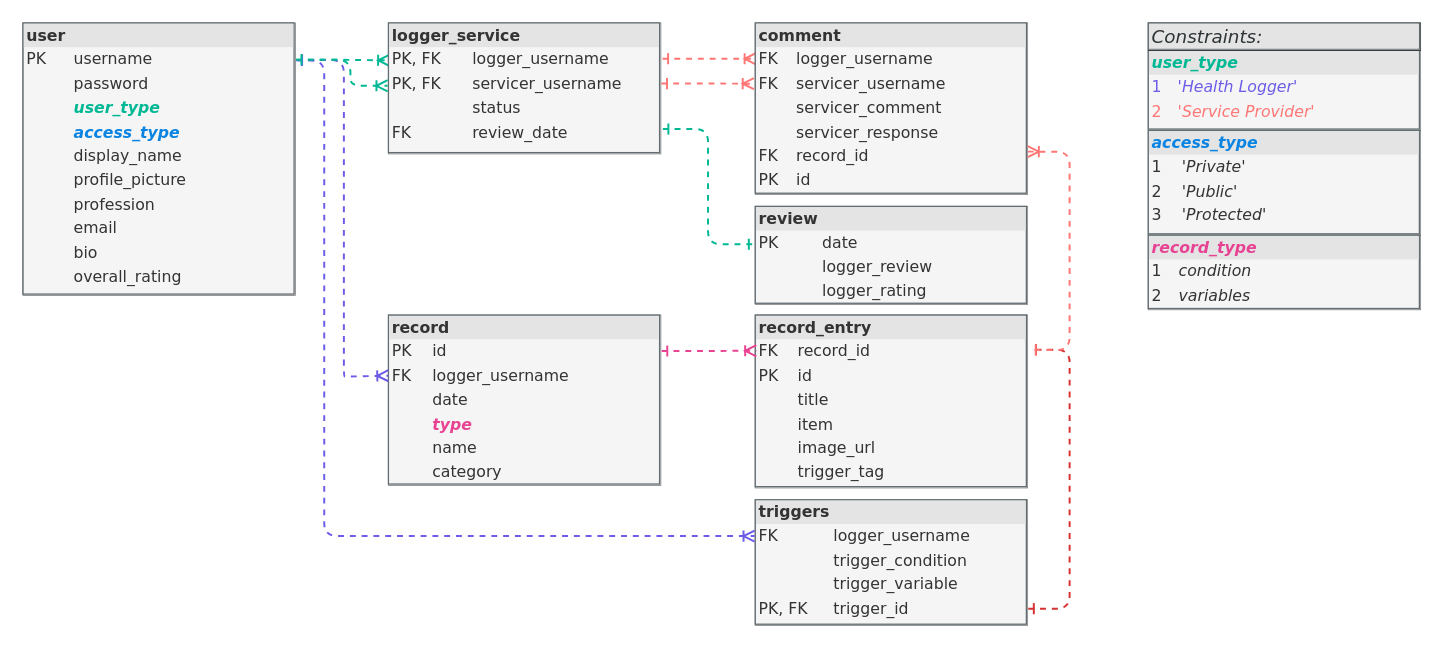
Above: diagrams/database/database_tables_relationships - recordpk.drawio in mervin-njy/trigg-track-v2 (draw.io), before the change. Source tidied: cells renumbered, new cells numbered last; positions are measured from the earlier drawing's top-left corner, leaving out a move shared by most shapes. Both pictures are drawn from the tidied source at 131%, with x=0, y=0 at pixel (22, 22).
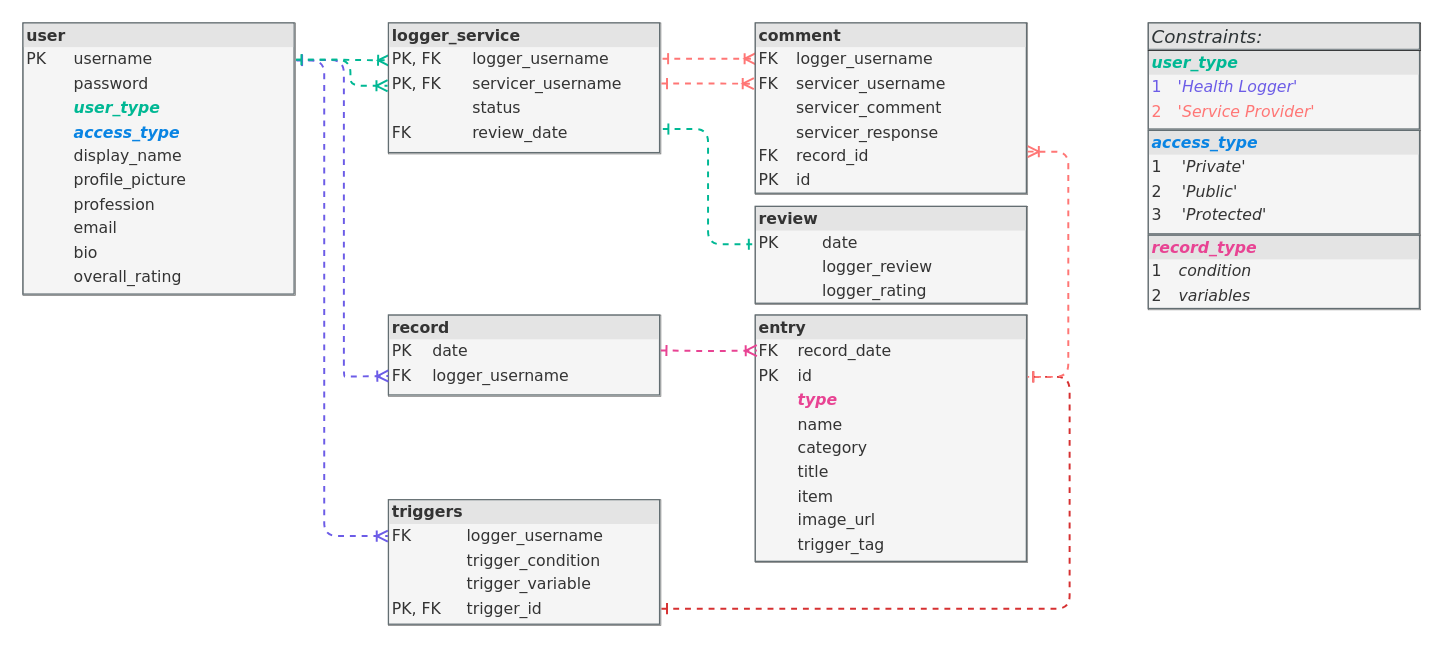
Above is the later version.

Commit message (it also covers changes not shown here):
update rs table to have only date for record

Unchanged cells that the change refers to:
```xml
<mxCell id="2" value="&lt;div style=&quot;box-sizing: border-box ; width: 100% ; background: #e4e4e4 ; padding: 2px&quot;&gt;&lt;b&gt;user&lt;/b&gt;&lt;/div&gt;&lt;table style=&quot;width: 100% ; font-size: 1em&quot; cellpadding=&quot;2&quot; cellspacing=&quot;0&quot;&gt;&lt;tbody&gt;&lt;tr&gt;&lt;td&gt;PK&lt;/td&gt;&lt;td&gt;username&lt;/td&gt;&lt;/tr&gt;&lt;tr&gt;&lt;td&gt;&lt;br&gt;&lt;/td&gt;&lt;td&gt;password&lt;/td&gt;&lt;/tr&gt;&lt;tr&gt;&lt;td&gt;&lt;/td&gt;&lt;td&gt;&lt;font color=&quot;#00b894&quot;&gt;&lt;b&gt;&lt;i&gt;user_type&lt;/i&gt;&lt;/b&gt;&lt;/font&gt;&lt;/td&gt;&lt;/tr&gt;&lt;tr&gt;&lt;td&gt;&lt;i&gt;&lt;br&gt;&lt;/i&gt;&lt;/td&gt;&lt;td&gt;&lt;font color=&quot;#0984e3&quot;&gt;&lt;b&gt;&lt;i&gt;access_type&lt;/i&gt;&lt;/b&gt;&lt;/font&gt;&lt;br&gt;&lt;/td&gt;&lt;/tr&gt;&lt;tr&gt;&lt;td&gt;&lt;br&gt;&lt;/td&gt;&lt;td&gt;display_name&lt;br&gt;&lt;/td&gt;&lt;/tr&gt;&lt;tr&gt;&lt;td&gt;&lt;br&gt;&lt;/td&gt;&lt;td&gt;profile_picture&lt;br&gt;&lt;/td&gt;&lt;/tr&gt;&lt;tr&gt;&lt;td&gt;&lt;br&gt;&lt;/td&gt;&lt;td&gt;profession&lt;br&gt;&lt;/td&gt;&lt;/tr&gt;&lt;tr&gt;&lt;td&gt;&lt;br&gt;&lt;/td&gt;&lt;td&gt;email&lt;/td&gt;&lt;/tr&gt;&lt;tr&gt;&lt;td&gt;&lt;br&gt;&lt;/td&gt;&lt;td&gt;bio&lt;br&gt;&lt;/td&gt;&lt;/tr&gt;&lt;tr&gt;&lt;td&gt;&lt;br&gt;&lt;/td&gt;&lt;td&gt;overall_rating&lt;br&gt;&lt;/td&gt;&lt;/tr&gt;&lt;/tbody&gt;&lt;/table&gt;" style="verticalAlign=top;align=left;overflow=fill;html=1;rounded=0;shadow=0;comic=0;labelBackgroundColor=none;strokeWidth=0.5;fontFamily=Verdana;fontSize=12;fillColor=#f5f5f5;strokeColor=#666666;fontColor=#333333;glass=0;noLabel=0;portConstraint=none;labelPadding=0;strokeOpacity=100;perimeterSpacing=0;spacingTop=0;spacing=2;spacingLeft=0;labelBorderColor=#636e72;" parent="1" vertex="1">
  <mxGeometry width="208" height="208" as="geometry" />
</mxCell>
<mxCell id="13" value="&lt;div style=&quot;box-sizing: border-box ; width: 100% ; background: #e4e4e4 ; padding: 2px&quot;&gt;&lt;b&gt;comment&lt;/b&gt;&lt;/div&gt;&lt;table style=&quot;width: 100% ; font-size: 1em&quot; cellpadding=&quot;2&quot; cellspacing=&quot;0&quot;&gt;&lt;tbody&gt;&lt;tr&gt;&lt;td&gt;FK&lt;/td&gt;&lt;td&gt;logger_username&lt;/td&gt;&lt;/tr&gt;&lt;tr&gt;&lt;td&gt;FK&lt;/td&gt;&lt;td&gt;servicer_username&lt;/td&gt;&lt;/tr&gt;&lt;tr&gt;&lt;td&gt;&lt;br&gt;&lt;/td&gt;&lt;td&gt;servicer_comment&lt;/td&gt;&lt;/tr&gt;&lt;tr&gt;&lt;td&gt;&lt;br&gt;&lt;/td&gt;&lt;td&gt;servicer_response&lt;br&gt;&lt;/td&gt;&lt;/tr&gt;&lt;tr&gt;&lt;td&gt;FK&lt;/td&gt;&lt;td&gt;record_id&lt;/td&gt;&lt;/tr&gt;&lt;tr&gt;&lt;td&gt;PK&lt;/td&gt;&lt;td&gt;id&lt;/td&gt;&lt;/tr&gt;&lt;/tbody&gt;&lt;/table&gt;" style="verticalAlign=top;align=left;overflow=fill;html=1;rounded=0;shadow=0;comic=0;labelBackgroundColor=none;strokeWidth=0.5;fontFamily=Verdana;fontSize=12;fillColor=#f5f5f5;strokeColor=#666666;fontColor=#333333;labelBorderColor=#636e72;" parent="1" vertex="1">
  <mxGeometry x="559" width="208" height="131" as="geometry" />
</mxCell>
```

What changed in the source:
```diff
@@
-    <mxCell id="6" value="&lt;div style=&quot;box-sizing: border-box ; width: 100% ; background: #e4e4e4 ; padding: 2px&quot;&gt;&lt;b&gt;record&lt;/b&gt;&lt;/div&gt;&lt;table style=&quot;width: 100% ; font-size: 1em&quot; cellpadding=&quot;2&quot; cellspacing=&quot;0&quot;&gt;&lt;tbody&gt;&lt;tr&gt;&lt;td&gt;PK&lt;/td&gt;&lt;td&gt;id&lt;/td&gt;&lt;/tr&gt;&lt;tr&gt;&lt;td&gt;FK&lt;/td&gt;&lt;td&gt;logger_username&lt;/td&gt;&lt;/tr&gt;&lt;tr&gt;&lt;td&gt;&lt;br&gt;&lt;/td&gt;&lt;td&gt;date&lt;/td&gt;&lt;/tr&gt;&lt;tr&gt;&lt;td&gt;&lt;i&gt;&lt;b&gt;&lt;font color=&quot;#e84393&quot;&gt;&lt;br&gt;&lt;/font&gt;&lt;/b&gt;&lt;/i&gt;&lt;/td&gt;&lt;td&gt;&lt;i&gt;&lt;b&gt;&lt;font color=&quot;#e84393&quot;&gt;type&lt;br&gt;&lt;/font&gt;&lt;/b&gt;&lt;/i&gt;&lt;/td&gt;&lt;/tr&gt;&lt;tr&gt;&lt;td&gt;&lt;br&gt;&lt;/td&gt;&lt;td&gt;name&lt;/td&gt;&lt;/tr&gt;&lt;tr&gt;&lt;td&gt;&lt;br&gt;&lt;/td&gt;&lt;td&gt;category&lt;/td&gt;&lt;/tr&gt;&lt;/tbody&gt;&lt;/table&gt;" style="verticalAlign=top;align=left;overflow=fill;html=1;rounded=0;shadow=0;comic=0;labelBackgroundColor=none;strokeWidth=0.5;fontFamily=Verdana;fontSize=12;fillColor=#f5f5f5;strokeColor=#666666;fontColor=#333333;labelBorderColor=#636e72;" parent="1" vertex="1">
-      <mxGeometry x="279" y="223" width="208" height="130" as="geometry" />
+    <mxCell id="6" value="&lt;div style=&quot;box-sizing: border-box ; width: 100% ; background: #e4e4e4 ; padding: 2px&quot;&gt;&lt;b&gt;record&lt;/b&gt;&lt;/div&gt;&lt;table style=&quot;width: 100% ; font-size: 1em&quot; cellpadding=&quot;2&quot; cellspacing=&quot;0&quot;&gt;&lt;tbody&gt;&lt;tr&gt;&lt;td&gt;PK&lt;/td&gt;&lt;td&gt;date&lt;br&gt;&lt;/td&gt;&lt;/tr&gt;&lt;tr&gt;&lt;td&gt;FK&lt;/td&gt;&lt;td&gt;logger_username&lt;/td&gt;&lt;/tr&gt;&lt;/tbody&gt;&lt;/table&gt;" style="verticalAlign=top;align=left;overflow=fill;html=1;rounded=0;shadow=0;comic=0;labelBackgroundColor=none;strokeWidth=0.5;fontFamily=Verdana;fontSize=12;fillColor=#f5f5f5;strokeColor=#666666;fontColor=#333333;labelBorderColor=#636e72;" parent="1" vertex="1">
+      <mxGeometry x="279" y="223" width="208" height="62" as="geometry" />
     </mxCell>
-    <mxCell id="7" style="edgeStyle=elbowEdgeStyle;html=1;dashed=1;labelBackgroundColor=none;startArrow=ERone;endArrow=ERone;fontFamily=Verdana;fontSize=12;align=left;endFill=0;startFill=0;strokeColor=#d63031;strokeWidth=1.5;entryX=1.01;entryY=0.201;entryDx=0;entryDy=0;entryPerimeter=0;exitX=1.002;exitY=0.867;exitDx=0;exitDy=0;exitPerimeter=0;" parent="1" edge="1" source="9" target="14">
+    <mxCell id="7" style="edgeStyle=elbowEdgeStyle;html=1;dashed=1;labelBackgroundColor=none;startArrow=ERone;endArrow=ERone;fontFamily=Verdana;fontSize=12;align=left;endFill=0;startFill=0;strokeColor=#d63031;strokeWidth=1.5;exitX=1.002;exitY=0.867;exitDx=0;exitDy=0;exitPerimeter=0;entryX=1;entryY=0.25;entryDx=0;entryDy=0;" parent="1" edge="1" source="9" target="14">
       <mxGeometry relative="1" as="geometry">
         <Array as="points">
           <mxPoint x="799" y="353" />
         </Array>
       </mxGeometry>
     </mxCell>
@@
     <mxCell id="9" value="&lt;div style=&quot;box-sizing: border-box ; width: 100% ; background: #e4e4e4 ; padding: 2px&quot;&gt;&lt;b&gt;triggers&lt;/b&gt;&lt;/div&gt;&lt;table style=&quot;width: 100% ; font-size: 1em&quot; cellpadding=&quot;2&quot; cellspacing=&quot;0&quot;&gt;&lt;tbody&gt;&lt;tr&gt;&lt;td&gt;FK&lt;/td&gt;&lt;td&gt;logger_username&lt;/td&gt;&lt;/tr&gt;&lt;tr&gt;&lt;td&gt;&lt;br&gt;&lt;/td&gt;&lt;td&gt;trigger_condition&lt;/td&gt;&lt;/tr&gt;&lt;tr&gt;&lt;td&gt;&lt;br&gt;&lt;/td&gt;&lt;td&gt;trigger_variable&lt;/td&gt;&lt;/tr&gt;&lt;tr&gt;&lt;td&gt;PK, FK&lt;/td&gt;&lt;td&gt;trigger_id&lt;/td&gt;&lt;/tr&gt;&lt;/tbody&gt;&lt;/table&gt;" style="verticalAlign=top;align=left;overflow=fill;html=1;rounded=0;shadow=0;comic=0;labelBackgroundColor=none;strokeWidth=0.5;fontFamily=Verdana;fontSize=12;fillColor=#f5f5f5;strokeColor=#666666;fontColor=#333333;labelBorderColor=#636e72;" parent="1" vertex="1">
-      <mxGeometry x="559" y="364" width="208" height="95.9" as="geometry" />
+      <mxGeometry x="279" y="364" width="208" height="95.9" as="geometry" />
     </mxCell>
@@
-    <mxCell id="11" style="edgeStyle=orthogonalEdgeStyle;html=1;dashed=1;labelBackgroundColor=none;startArrow=ERone;endArrow=ERoneToMany;fontFamily=Verdana;fontSize=12;align=left;endFill=0;startFill=0;strokeColor=#6c5ce7;strokeWidth=1.5;exitX=1.004;exitY=0.136;exitDx=0;exitDy=0;exitPerimeter=0;entryX=0;entryY=0.356;entryDx=0;entryDy=0;entryPerimeter=0;" parent="1" edge="1" source="2" target="6">
+    <mxCell id="11" style="edgeStyle=orthogonalEdgeStyle;html=1;dashed=1;labelBackgroundColor=none;startArrow=ERone;endArrow=ERoneToMany;fontFamily=Verdana;fontSize=12;align=left;endFill=0;startFill=0;strokeColor=#6c5ce7;strokeWidth=1.5;exitX=1.004;exitY=0.136;exitDx=0;exitDy=0;exitPerimeter=0;entryX=0;entryY=0.75;entryDx=0;entryDy=0;" parent="1" edge="1" source="2" target="6">
       <mxGeometry relative="1" as="geometry">
         <Array as="points">
           <mxPoint x="245" y="28" />
           <mxPoint x="245" y="270" />
           <mxPoint x="246" y="270" />
-          <mxPoint x="279" y="269" />
         </Array>
       </mxGeometry>
     </mxCell>
     <mxCell id="12" style="edgeStyle=orthogonalEdgeStyle;html=1;dashed=1;labelBackgroundColor=none;startArrow=ERone;endArrow=ERoneToMany;fontFamily=Verdana;fontSize=12;align=left;endFill=0;startFill=0;strokeColor=#6c5ce7;strokeWidth=1.5;exitX=1.004;exitY=0.138;exitDx=0;exitDy=0;exitPerimeter=0;entryX=-0.002;entryY=0.289;entryDx=0;entryDy=0;entryPerimeter=0;" parent="1" edge="1" source="2" target="9">
       <mxGeometry relative="1" as="geometry">
         <Array as="points">
           <mxPoint x="230" y="29" />
           <mxPoint x="230" y="392" />
-          <mxPoint x="559" y="392" />
         </Array>
       </mxGeometry>
     </mxCell>
@@
-    <mxCell id="14" value="&lt;div style=&quot;box-sizing: border-box ; width: 100% ; background: #e4e4e4 ; padding: 2px&quot;&gt;&lt;b&gt;record_entry&lt;/b&gt;&lt;/div&gt;&lt;table style=&quot;width: 100% ; font-size: 1em&quot; cellpadding=&quot;2&quot; cellspacing=&quot;0&quot;&gt;&lt;tbody&gt;&lt;tr&gt;&lt;td&gt;FK&lt;/td&gt;&lt;td&gt;record_id&lt;/td&gt;&lt;/tr&gt;&lt;tr&gt;&lt;td&gt;PK&lt;/td&gt;&lt;td&gt;id&lt;/td&gt;&lt;/tr&gt;&lt;tr&gt;&lt;td&gt;&lt;br&gt;&lt;/td&gt;&lt;td&gt;title&lt;/td&gt;&lt;/tr&gt;&lt;tr&gt;&lt;td&gt;&lt;br&gt;&lt;/td&gt;&lt;td&gt;item&lt;br&gt;&lt;/td&gt;&lt;/tr&gt;&lt;tr&gt;&lt;td&gt;&lt;/td&gt;&lt;td&gt;image_url&amp;nbsp; &amp;nbsp; &amp;nbsp; &amp;nbsp; &amp;nbsp; &amp;nbsp; &amp;nbsp;&lt;/td&gt;&lt;/tr&gt;&lt;tr&gt;&lt;td&gt;&lt;br&gt;&lt;/td&gt;&lt;td&gt;trigger_tag&lt;/td&gt;&lt;/tr&gt;&lt;/tbody&gt;&lt;/table&gt;" style="verticalAlign=top;align=left;overflow=fill;html=1;rounded=0;shadow=0;comic=0;labelBackgroundColor=none;strokeWidth=0.5;fontFamily=Verdana;fontSize=12;fillColor=#f5f5f5;strokeColor=#666666;fontColor=#333333;labelBorderColor=#636e72;" parent="1" vertex="1">
-      <mxGeometry x="559" y="222.9" width="208" height="132.1" as="geometry" />
+    <mxCell id="14" value="&lt;div style=&quot;box-sizing: border-box ; width: 100% ; background: #e4e4e4 ; padding: 2px&quot;&gt;&lt;b&gt;entry&lt;/b&gt;&lt;/div&gt;&lt;table style=&quot;width: 100% ; font-size: 1em&quot; cellpadding=&quot;2&quot; cellspacing=&quot;0&quot;&gt;&lt;tbody&gt;&lt;tr&gt;&lt;td&gt;FK&lt;/td&gt;&lt;td&gt;record_date&lt;/td&gt;&lt;/tr&gt;&lt;tr&gt;&lt;td&gt;PK&lt;/td&gt;&lt;td&gt;id&lt;/td&gt;&lt;/tr&gt;&lt;tr&gt;&lt;td&gt;&lt;br&gt;&lt;/td&gt;&lt;td&gt;&lt;i&gt;&lt;b&gt;&lt;font color=&quot;#e84393&quot;&gt;type&lt;/font&gt;&lt;/b&gt;&lt;/i&gt;&lt;br&gt;&lt;/td&gt;&lt;/tr&gt;&lt;tr&gt;&lt;td&gt;&lt;br&gt;&lt;/td&gt;&lt;td&gt;name&lt;/td&gt;&lt;/tr&gt;&lt;tr&gt;&lt;td&gt;&lt;br&gt;&lt;/td&gt;&lt;td&gt;category&lt;/td&gt;&lt;/tr&gt;&lt;tr&gt;&lt;td&gt;&lt;br&gt;&lt;/td&gt;&lt;td&gt;title&lt;/td&gt;&lt;/tr&gt;&lt;tr&gt;&lt;td&gt;&lt;br&gt;&lt;/td&gt;&lt;td&gt;item&lt;br&gt;&lt;/td&gt;&lt;/tr&gt;&lt;tr&gt;&lt;td&gt;&lt;/td&gt;&lt;td&gt;image_url&amp;nbsp; &amp;nbsp; &amp;nbsp; &amp;nbsp; &amp;nbsp; &amp;nbsp; &amp;nbsp;&lt;/td&gt;&lt;/tr&gt;&lt;tr&gt;&lt;td&gt;&lt;br&gt;&lt;/td&gt;&lt;td&gt;trigger_tag&lt;/td&gt;&lt;/tr&gt;&lt;/tbody&gt;&lt;/table&gt;" style="verticalAlign=top;align=left;overflow=fill;html=1;rounded=0;shadow=0;comic=0;labelBackgroundColor=none;strokeWidth=0.5;fontFamily=Verdana;fontSize=12;fillColor=#f5f5f5;strokeColor=#666666;fontColor=#333333;labelBorderColor=#636e72;" parent="1" vertex="1">
+      <mxGeometry x="559" y="222.9" width="208" height="189.1" as="geometry" />
     </mxCell>
-    <mxCell id="15" style="edgeStyle=orthogonalEdgeStyle;html=1;dashed=1;labelBackgroundColor=none;startArrow=ERoneToMany;endArrow=ERone;fontFamily=Verdana;fontSize=12;align=left;endFill=0;startFill=0;strokeColor=#FF7675;strokeWidth=1.5;exitX=1;exitY=0.75;exitDx=0;exitDy=0;entryX=1.009;entryY=0.203;entryDx=0;entryDy=0;entryPerimeter=0;" parent="1" edge="1" source="13" target="14">
+    <mxCell id="15" style="edgeStyle=orthogonalEdgeStyle;html=1;dashed=1;labelBackgroundColor=none;startArrow=ERoneToMany;endArrow=ERone;fontFamily=Verdana;fontSize=12;align=left;endFill=0;startFill=0;strokeColor=#FF7675;strokeWidth=1.5;exitX=1;exitY=0.75;exitDx=0;exitDy=0;entryX=1;entryY=0.25;entryDx=0;entryDy=0;" parent="1" edge="1" source="13" target="14">
       <mxGeometry relative="1" as="geometry">
         <Array as="points">
-          <mxPoint x="799" y="98" />
-          <mxPoint x="799" y="250" />
-          <mxPoint x="769" y="250" />
+          <mxPoint x="798" y="98" />
+          <mxPoint x="798" y="270" />
         </Array>
       </mxGeometry>
     </mxCell>
-    <mxCell id="16" style="edgeStyle=orthogonalEdgeStyle;html=1;dashed=1;labelBackgroundColor=none;startArrow=ERone;endArrow=ERoneToMany;fontFamily=Verdana;fontSize=12;align=left;endFill=0;startFill=0;strokeColor=#E84393;strokeWidth=1.5;exitX=1.003;exitY=0.211;exitDx=0;exitDy=0;exitPerimeter=0;entryX=0.004;entryY=0.207;entryDx=0;entryDy=0;entryPerimeter=0;" parent="1" edge="1" source="6" target="14">
-      <mxGeometry relative="1" as="geometry" />
+    <mxCell id="16" style="edgeStyle=orthogonalEdgeStyle;html=1;dashed=1;labelBackgroundColor=none;startArrow=ERone;endArrow=ERoneToMany;fontFamily=Verdana;fontSize=12;align=left;endFill=0;startFill=0;strokeColor=#E84393;strokeWidth=1.5;entryX=0.006;entryY=0.144;entryDx=0;entryDy=0;entryPerimeter=0;" parent="1" edge="1" target="14">
+      <mxGeometry relative="1" as="geometry">
+        <mxPoint x="487" y="250" as="sourcePoint" />
+      </mxGeometry>
     </mxCell>
```
